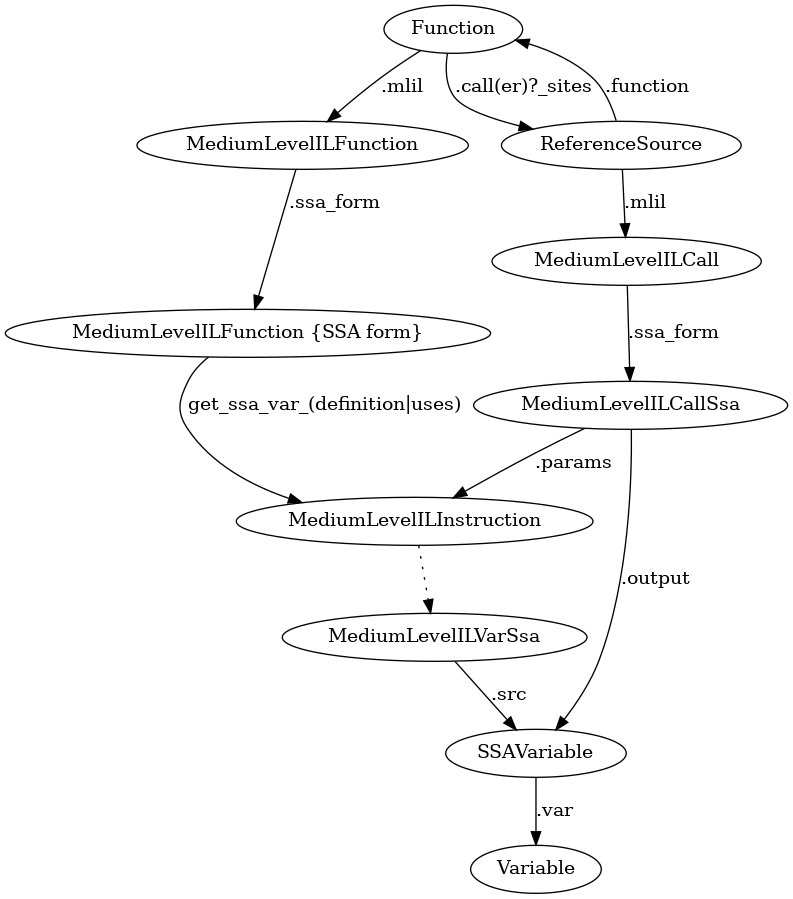
This is mlilssa.png from RioKato/binja-cheatsheet, a Graphviz export, as it was before one commit. Its source is kept beside it as mlilssa.gv.
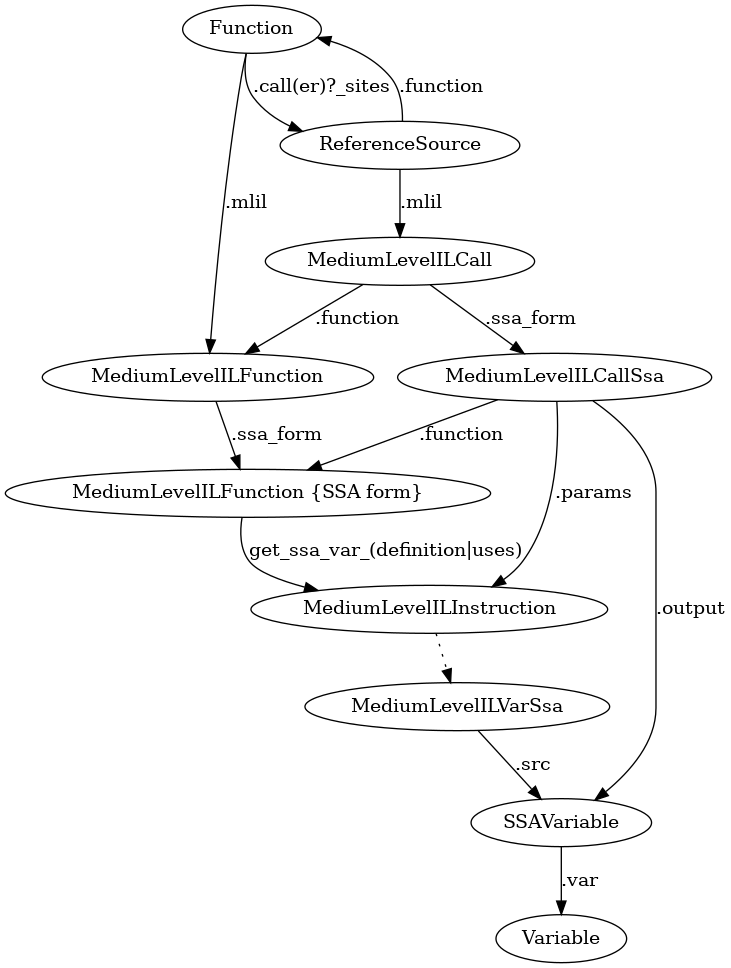
After the change.

What changed in the source:
```diff
@@ -6,6 +6,8 @@
   ReferenceSource -> Function [label=".function"];
   ReferenceSource -> MediumLevelILCall [label=".mlil"];
   MediumLevelILCall -> MediumLevelILCallSsa [label=".ssa_form"];
+  MediumLevelILCall -> MediumLevelILFunction [label=".function"];
+  MediumLevelILCallSsa -> "MediumLevelILFunction {SSA form}" [label=".function"];
   MediumLevelILCallSsa -> MediumLevelILInstruction [label=".params"];
   MediumLevelILInstruction -> MediumLevelILVarSsa [style="dotted"];
   MediumLevelILVarSsa -> SSAVariable [label=".src"];
```
